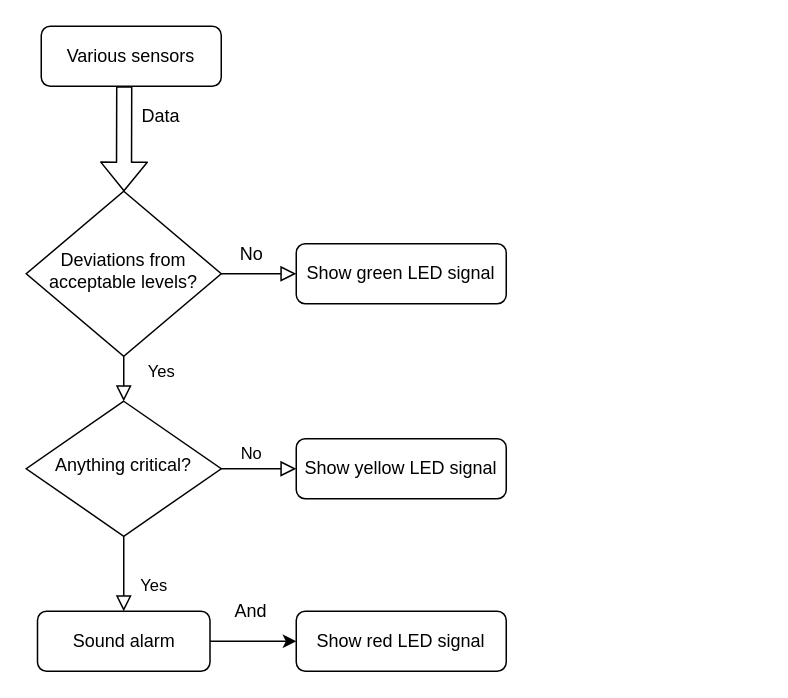
The draw.io diagram assets/flowchart.drawio in ahlinist/spaceapps-air-purifier, before the edit. Source tidied: cells renumbered, new cells numbered last; positions are measured from the earlier drawing's top-left corner, leaving out a move shared by most shapes. Both pictures are drawn from the tidied source at 150%, with x=0, y=0 at pixel (26, 26).
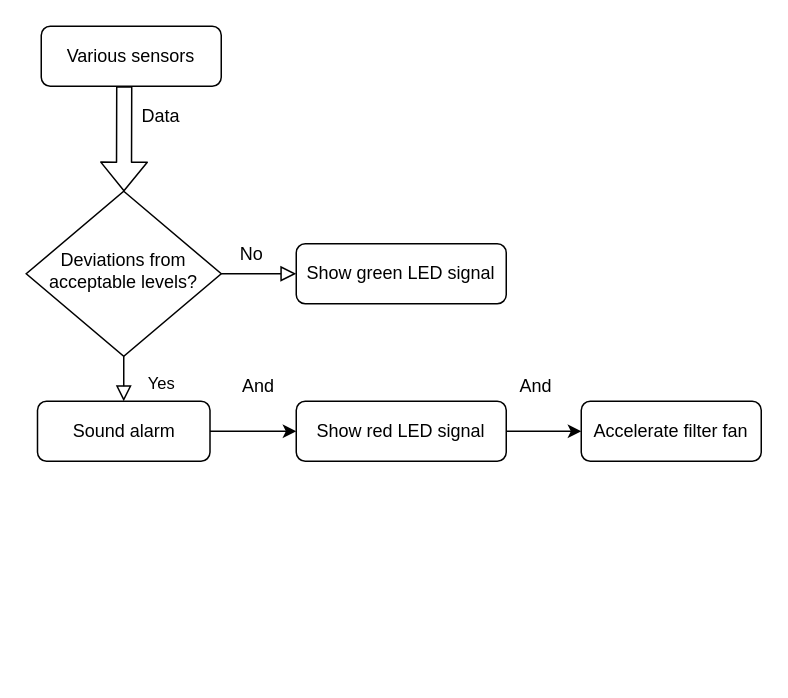
The same page after the edit.

Diff of the diagram source:
```diff
@@
 <mxGraphModel>
   <root>
     <mxCell id="0" />
     <mxCell id="1" parent="0" />
     <mxCell id="2" value="Various sensors" style="rounded=1;whiteSpace=wrap;html=1;fontSize=12;glass=0;strokeWidth=1;shadow=0;" parent="1" vertex="1">
       <mxGeometry x="10" width="120" height="40" as="geometry" />
     </mxCell>
-    <mxCell id="3" value="Yes" style="rounded=0;html=1;jettySize=auto;fontSize=11;endArrow=block;endFill=0;endSize=8;strokeWidth=1;shadow=0;labelBackgroundColor=none;edgeStyle=orthogonalEdgeStyle;" parent="1" edge="1" source="5" target="9">
-      <mxGeometry x="0.2" y="25" relative="1" as="geometry" />
+    <mxCell id="3" value="Yes" style="rounded=0;html=1;jettySize=auto;fontSize=11;endArrow=block;endFill=0;endSize=8;strokeWidth=1;shadow=0;labelBackgroundColor=none;edgeStyle=orthogonalEdgeStyle;" parent="1" edge="1" source="5">
+      <mxGeometry x="0.2" y="25" relative="1" as="geometry">
+        <mxPoint x="65" y="250" as="targetPoint" />
+      </mxGeometry>
     </mxCell>
     <mxCell id="4" style="edgeStyle=orthogonalEdgeStyle;rounded=0;html=1;jettySize=auto;fontSize=11;endArrow=block;endFill=0;endSize=8;strokeWidth=1;shadow=0;labelBackgroundColor=none;" parent="1" edge="1" source="5" target="6">
       <mxGeometry x="-0.2" y="30" relative="1" as="geometry" />
     </mxCell>
     <mxCell id="5" value="Deviations from acceptable levels?" style="rhombus;whiteSpace=wrap;html=1;shadow=0;fontFamily=Helvetica;fontSize=12;align=center;strokeWidth=1;spacing=6;spacingTop=-4;" parent="1" vertex="1">
       <mxGeometry y="110" width="130" height="110" as="geometry" />
     </mxCell>
     <mxCell id="6" value="Show green LED signal" style="rounded=1;whiteSpace=wrap;html=1;fontSize=12;glass=0;strokeWidth=1;shadow=0;" parent="1" vertex="1">
       <mxGeometry x="180" y="145" width="140" height="40" as="geometry" />
     </mxCell>
-    <mxCell id="7" value="Yes" style="rounded=0;html=1;jettySize=auto;fontSize=11;endArrow=block;endFill=0;endSize=8;strokeWidth=1;shadow=0;labelBackgroundColor=none;edgeStyle=orthogonalEdgeStyle;" parent="1" edge="1" source="9" target="11">
-      <mxGeometry x="0.33" y="20" relative="1" as="geometry" />
-    </mxCell>
-    <mxCell id="8" value="No" style="edgeStyle=orthogonalEdgeStyle;rounded=0;html=1;jettySize=auto;fontSize=11;endArrow=block;endFill=0;endSize=8;strokeWidth=1;shadow=0;labelBackgroundColor=none;" parent="1" edge="1" source="9" target="12">
-      <mxGeometry x="-0.2" y="10" relative="1" as="geometry" />
-    </mxCell>
-    <mxCell id="9" value="Anything critical?" style="rhombus;whiteSpace=wrap;html=1;shadow=0;fontFamily=Helvetica;fontSize=12;align=center;strokeWidth=1;spacing=6;spacingTop=-4;" parent="1" vertex="1">
-      <mxGeometry y="250" width="130" height="90" as="geometry" />
-    </mxCell>
     <mxCell id="10" style="edgeStyle=orthogonalEdgeStyle;rounded=0;jettySize=auto;html=1;entryX=0;entryY=0.5;entryDx=0;entryDy=0;" parent="1" edge="1" source="11" target="16">
       <mxGeometry relative="1" as="geometry" />
     </mxCell>
     <mxCell id="11" value="Sound alarm" style="rounded=1;whiteSpace=wrap;html=1;fontSize=12;glass=0;strokeWidth=1;shadow=0;" parent="1" vertex="1">
-      <mxGeometry x="7.5" y="390" width="115" height="40" as="geometry" />
+      <mxGeometry x="7.5" y="250" width="115" height="40" as="geometry" />
     </mxCell>
-    <mxCell id="12" value="Show yellow LED signal" style="rounded=1;whiteSpace=wrap;html=1;fontSize=12;glass=0;strokeWidth=1;shadow=0;" parent="1" vertex="1">
-      <mxGeometry x="180" y="275" width="140" height="40" as="geometry" />
-    </mxCell>
     <mxCell id="13" value="No" style="text;html=1;align=center;verticalAlign=middle;" parent="1" vertex="1">
       <mxGeometry x="135" y="142" width="30" height="20" as="geometry" />
     </mxCell>
     <mxCell id="14" style="shape=flexArrow;endArrow=classic;html=1;exitX=0.461;exitY=0.999;exitDx=0;exitDy=0;exitPerimeter=0;" parent="1" edge="1" source="2" target="5">
       <mxGeometry relative="1" as="geometry" />
     </mxCell>
     <mxCell id="15" value="Data" style="text;html=1;strokeColor=none;fillColor=none;align=center;verticalAlign=middle;whiteSpace=wrap;rounded=0;" parent="1" vertex="1">
       <mxGeometry x="70" y="50" width="40" height="20" as="geometry" />
     </mxCell>
+    <mxCell id="18" style="edgeStyle=orthogonalEdgeStyle;rounded=0;jettySize=auto;html=1;exitX=1;exitY=0.5;exitDx=0;exitDy=0;entryX=0;entryY=0.5;entryDx=0;entryDy=0;" parent="1" edge="1" source="16" target="19">
+      <mxGeometry relative="1" as="geometry" />
+    </mxCell>
     <mxCell id="16" value="Show red LED signal" style="rounded=1;whiteSpace=wrap;html=1;fontSize=12;glass=0;strokeWidth=1;shadow=0;" parent="1" vertex="1">
-      <mxGeometry x="180" y="390" width="140" height="40" as="geometry" />
+      <mxGeometry x="180" y="250" width="140" height="40" as="geometry" />
     </mxCell>
     <mxCell id="17" value="And" style="text;html=1;strokeColor=none;fillColor=none;align=center;verticalAlign=middle;whiteSpace=wrap;rounded=0;" parent="1" vertex="1">
-      <mxGeometry x="130" y="380" width="40" height="20" as="geometry" />
+      <mxGeometry x="135" y="230" width="40" height="20" as="geometry" />
     </mxCell>
+    <mxCell id="19" value="Accelerate filter fan" style="rounded=1;whiteSpace=wrap;html=1;" parent="1" vertex="1">
+      <mxGeometry x="370" y="250" width="120" height="40" as="geometry" />
+    </mxCell>
+    <mxCell id="20" value="And" style="text;html=1;strokeColor=none;fillColor=none;align=center;verticalAlign=middle;whiteSpace=wrap;rounded=0;" parent="1" vertex="1">
+      <mxGeometry x="320" y="230" width="40" height="20" as="geometry" />
+    </mxCell>
   </root>
 </mxGraphModel>
```
